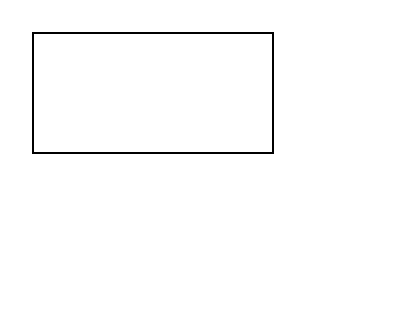
Earlier version of the draw.io diagram 名称未設定ファイル.drawio (sugn74/profile). Source tidied: cells renumbered, new cells numbered last; positions are measured from the earlier drawing's top-left corner, leaving out a move shared by most shapes. Both pictures are drawn from the tidied source at 200%, with x=0, y=0 at pixel (32, 32).
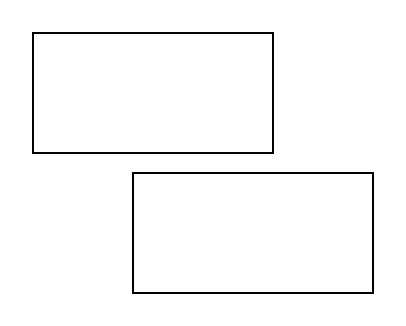
Above is the later version.

Commit message (it also covers changes not shown here):
名称未設定ファイル.drawio を更新します

What changed in the source:
```diff
@@
 <mxGraphModel>
   <root>
     <mxCell id="0" />
     <mxCell id="1" parent="0" />
     <mxCell id="2" style="rounded=0;whiteSpace=wrap;html=1;" parent="1" vertex="1">
       <mxGeometry width="120" height="60" as="geometry" />
     </mxCell>
+    <mxCell id="3" style="rounded=0;whiteSpace=wrap;html=1;" parent="1" vertex="1">
+      <mxGeometry x="50" y="70" width="120" height="60" as="geometry" />
+    </mxCell>
   </root>
 </mxGraphModel>
```
